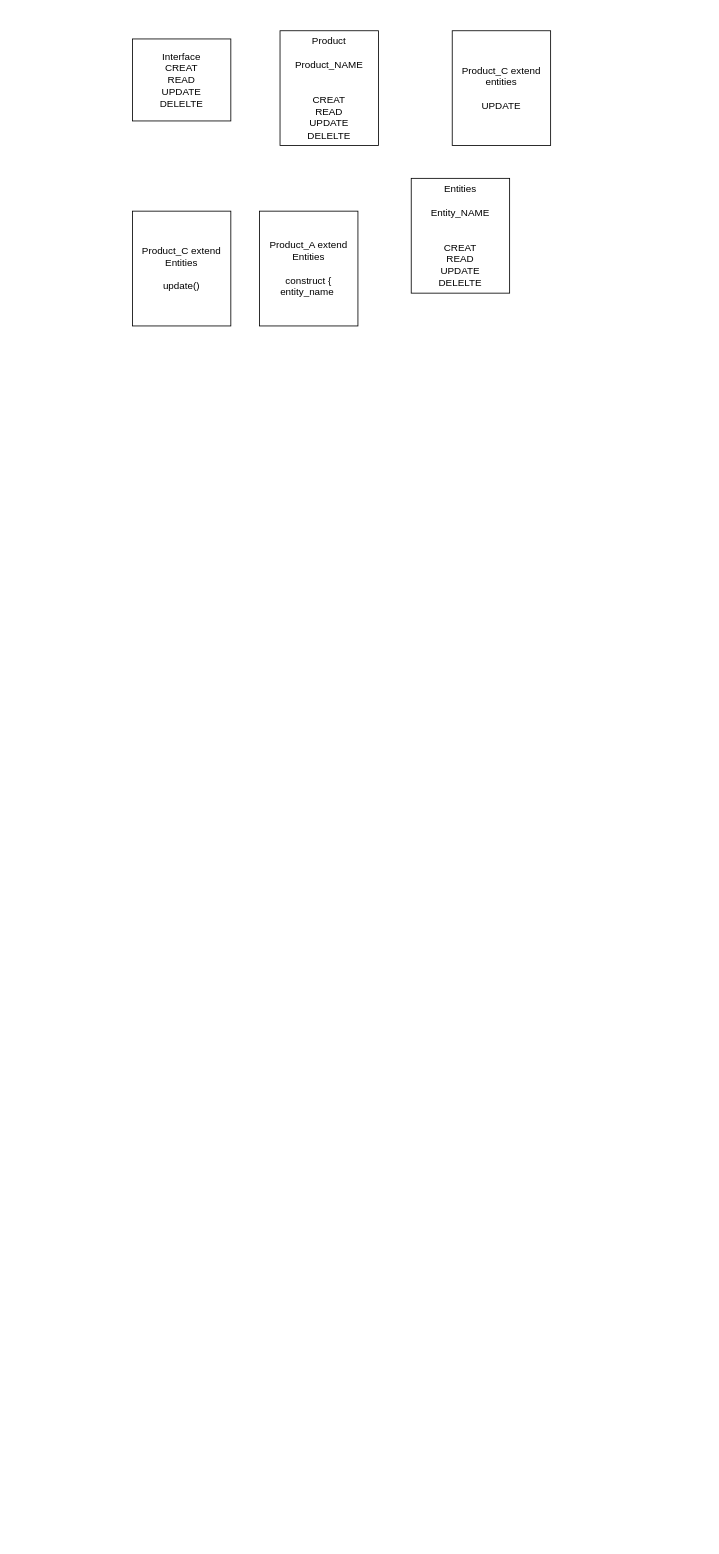
tharkana/diagrams keeps this draw.io diagram as Untitled Diagram.drawio. Above is the earlier version. Source tidied: cells renumbered, new cells numbered last; positions are measured from the earlier drawing's top-left corner, leaving out a move shared by most shapes. Both pictures are drawn from the tidied source at 82%, with x=0, y=0 at pixel (132, 30).
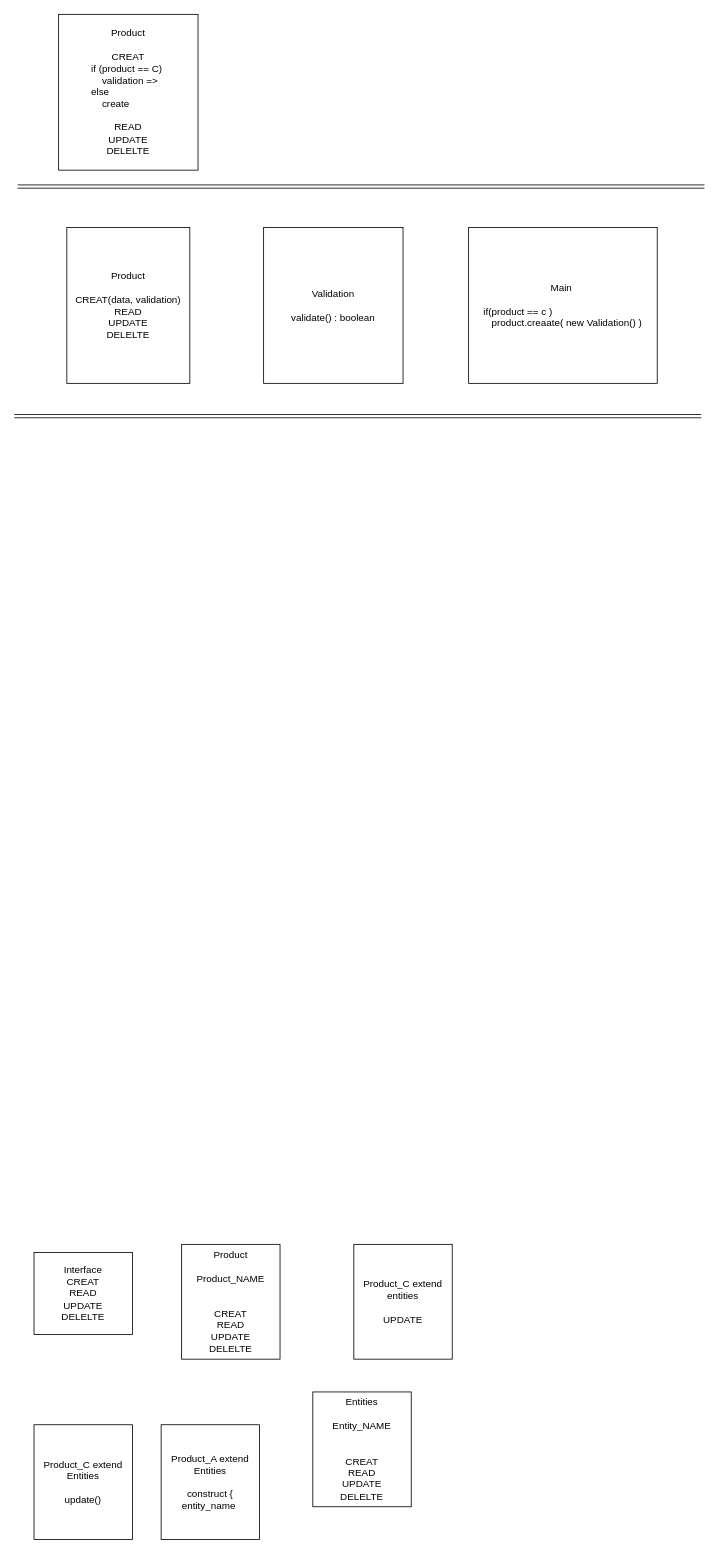
The same page after the edit.

Commit message:
Update Product idea

What changed in the source:
```diff
@@
 <mxGraphModel>
   <root>
     <mxCell id="0" />
     <mxCell id="1" parent="0" />
+    <mxCell id="8" value="Product&lt;br&gt;&lt;br&gt;CREAT&lt;br&gt;&lt;div style=&quot;text-align: left&quot;&gt;&lt;span&gt;if (product == C)&amp;nbsp;&lt;/span&gt;&lt;/div&gt;&lt;div style=&quot;text-align: left&quot;&gt;&lt;span&gt;&amp;nbsp; &amp;nbsp; validation =&amp;gt;&lt;/span&gt;&lt;/div&gt;&lt;div style=&quot;text-align: left&quot;&gt;&lt;span&gt;else&amp;nbsp;&lt;br&gt;&amp;nbsp; &amp;nbsp; create&lt;/span&gt;&lt;/div&gt;&lt;br&gt;READ&lt;br&gt;UPDATE&lt;br&gt;DELELTE" style="rounded=0;whiteSpace=wrap;html=1;" parent="1" vertex="1">
+      <mxGeometry x="-90" y="-20" width="170" height="190" as="geometry" />
+    </mxCell>
+    <mxCell id="9" style="group;" parent="1" vertex="1">
+      <mxGeometry x="-120" y="1480" width="510" height="360" as="geometry" />
+    </mxCell>
-    <mxCell id="2" value="Interface&lt;br&gt;CREAT&lt;br&gt;READ&lt;br&gt;UPDATE&lt;br&gt;DELELTE&lt;br&gt;" style="rounded=0;whiteSpace=wrap;html=1;" parent="1" vertex="1">
+    <mxCell id="2" value="Interface&lt;br&gt;CREAT&lt;br&gt;READ&lt;br&gt;UPDATE&lt;br&gt;DELELTE&lt;br&gt;" style="rounded=0;whiteSpace=wrap;html=1;" parent="9" vertex="1">
       <mxGeometry y="10" width="120" height="100" as="geometry" />
     </mxCell>
-    <mxCell id="3" value="Product&lt;br&gt;&lt;br&gt;Product_NAME&lt;br&gt;&lt;br&gt;&lt;br&gt;CREAT&lt;br&gt;READ&lt;br&gt;UPDATE&lt;br&gt;DELELTE" style="rounded=0;whiteSpace=wrap;html=1;" parent="1" vertex="1">
+    <mxCell id="3" value="Product&lt;br&gt;&lt;br&gt;Product_NAME&lt;br&gt;&lt;br&gt;&lt;br&gt;CREAT&lt;br&gt;READ&lt;br&gt;UPDATE&lt;br&gt;DELELTE" style="rounded=0;whiteSpace=wrap;html=1;" parent="9" vertex="1">
       <mxGeometry x="180" width="120" height="140" as="geometry" />
     </mxCell>
-    <mxCell id="4" value="Product_A extend Entities&lt;br&gt;&lt;br&gt;construct {&lt;br&gt;entity_name&amp;nbsp;" style="rounded=0;whiteSpace=wrap;html=1;" parent="1" vertex="1">
+    <mxCell id="4" value="Product_A extend Entities&lt;br&gt;&lt;br&gt;construct {&lt;br&gt;entity_name&amp;nbsp;" style="rounded=0;whiteSpace=wrap;html=1;" parent="9" vertex="1">
       <mxGeometry x="155" y="220" width="120" height="140" as="geometry" />
     </mxCell>
-    <mxCell id="5" value="Product_C extend Entities&lt;br&gt;&lt;br&gt;update()" style="rounded=0;whiteSpace=wrap;html=1;" parent="1" vertex="1">
+    <mxCell id="5" value="Product_C extend Entities&lt;br&gt;&lt;br&gt;update()" style="rounded=0;whiteSpace=wrap;html=1;" parent="9" vertex="1">
       <mxGeometry y="220" width="120" height="140" as="geometry" />
     </mxCell>
-    <mxCell id="6" value="Product_C extend entities&lt;br&gt;&lt;br&gt;UPDATE&lt;br&gt;" style="rounded=0;whiteSpace=wrap;html=1;" parent="1" vertex="1">
+    <mxCell id="6" value="Product_C extend entities&lt;br&gt;&lt;br&gt;UPDATE&lt;br&gt;" style="rounded=0;whiteSpace=wrap;html=1;" parent="9" vertex="1">
       <mxGeometry x="390" width="120" height="140" as="geometry" />
     </mxCell>
-    <mxCell id="7" value="Entities&lt;br&gt;&lt;br&gt;Entity_NAME&lt;br&gt;&lt;br&gt;&lt;br&gt;CREAT&lt;br&gt;READ&lt;br&gt;UPDATE&lt;br&gt;DELELTE" style="rounded=0;whiteSpace=wrap;html=1;" parent="1" vertex="1">
+    <mxCell id="7" value="Entities&lt;br&gt;&lt;br&gt;Entity_NAME&lt;br&gt;&lt;br&gt;&lt;br&gt;CREAT&lt;br&gt;READ&lt;br&gt;UPDATE&lt;br&gt;DELELTE" style="rounded=0;whiteSpace=wrap;html=1;" parent="9" vertex="1">
       <mxGeometry x="340" y="180" width="120" height="140" as="geometry" />
     </mxCell>
+    <mxCell id="10" style="shape=link;html=1;" parent="1" edge="1">
+      <mxGeometry relative="1" as="geometry">
+        <mxPoint x="-140" y="190" as="sourcePoint" />
+        <mxPoint x="697.6" y="190" as="targetPoint" />
+      </mxGeometry>
+    </mxCell>
+    <mxCell id="11" value="Product&lt;br&gt;&lt;br&gt;CREAT(data, validation)&lt;br&gt;READ&lt;br&gt;UPDATE&lt;br&gt;DELELTE" style="rounded=0;whiteSpace=wrap;html=1;" parent="1" vertex="1">
+      <mxGeometry x="-80" y="240" width="150" height="190" as="geometry" />
+    </mxCell>
+    <mxCell id="12" value="Validation&lt;br&gt;&lt;br&gt;validate() : boolean" style="rounded=0;whiteSpace=wrap;html=1;" parent="1" vertex="1">
+      <mxGeometry x="160" y="240" width="170" height="190" as="geometry" />
+    </mxCell>
+    <mxCell id="13" style="shape=link;html=1;" parent="1" edge="1">
+      <mxGeometry relative="1" as="geometry">
+        <mxPoint x="-144" y="470" as="sourcePoint" />
+        <mxPoint x="693.6" y="470" as="targetPoint" />
+      </mxGeometry>
+    </mxCell>
+    <mxCell id="14" value="Main&amp;nbsp;&lt;br&gt;&lt;br&gt;&lt;div style=&quot;text-align: left&quot;&gt;if(product == c )&lt;br&gt;&amp;nbsp; &amp;nbsp;product.creaate( new Validation() )&lt;/div&gt;" style="rounded=0;whiteSpace=wrap;html=1;" parent="1" vertex="1">
+      <mxGeometry x="410" y="240" width="230" height="190" as="geometry" />
+    </mxCell>
   </root>
 </mxGraphModel>
```
